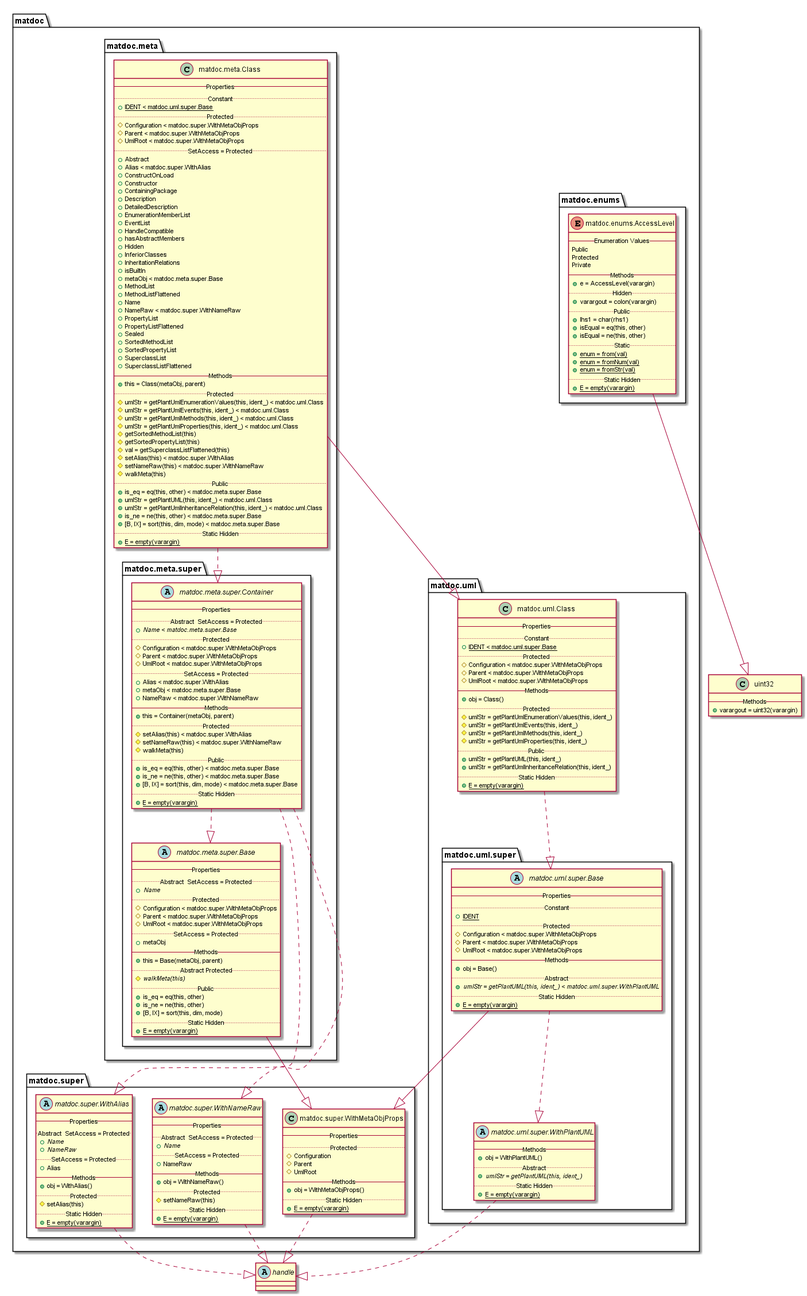
Before: doc/uml-examples/export-class-HideEvents-true.png, a diagram exported from PlantUML (flxdot/matdoc).
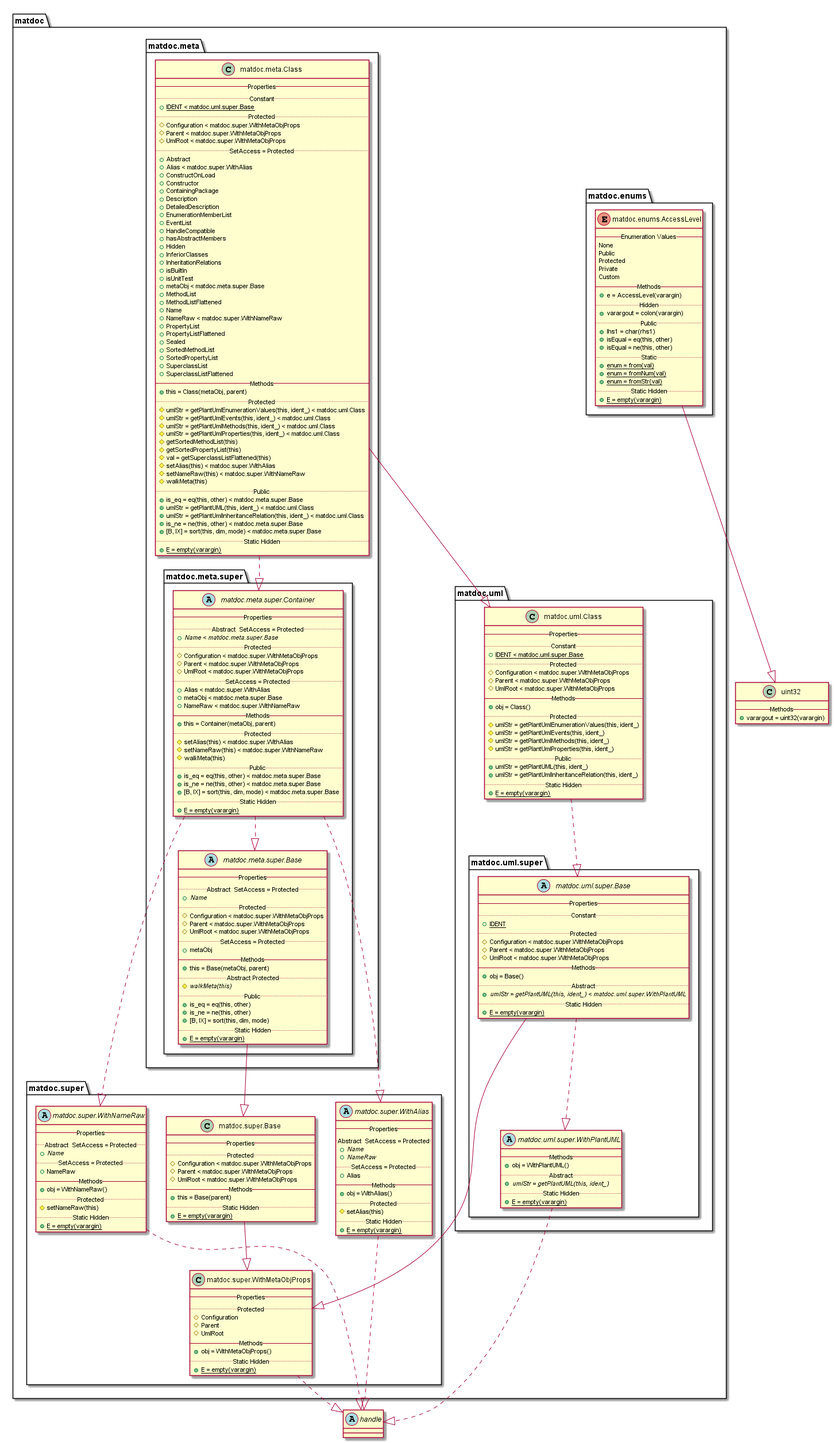
The same diagram one commit later.

What changed in the source:
```diff
@@ -16,9 +16,11 @@
 
       enum matdoc.enums.AccessLevel {
          -- Enumeration Values --
+         None
          Public
          Protected
          Private
+         Custom
          -- Methods --
          {method} + e = AccessLevel(varargin)
          .. Hidden ..
@@ -63,6 +65,7 @@
          {field} + InferiorClasses
          {field} + InheritationRelations
          {field} + isBuiltIn
+         {field} + isUnitTest
          {field} + metaObj < matdoc.meta.super.Base
          {field} + MethodList
          {field} + MethodListFlattened
@@ -153,6 +156,18 @@
    }
 
    package matdoc.super {
+
+      class matdoc.super.Base {
+         -- Properties --
+         .. Protected ..
+         {field} # Configuration < matdoc.super.WithMetaObjProps
+         {field} # Parent < matdoc.super.WithMetaObjProps
+         {field} # UmlRoot < matdoc.super.WithMetaObjProps
+         -- Methods --
+         {method} + this = Base(parent)
+         .. Static Hidden ..
+         {method} {static} + E = empty(varargin)
+      }
 
       abstract class matdoc.super.WithAlias {
          -- Properties --
@@ -258,10 +273,11 @@
 matdoc.enums.AccessLevel --|> uint32
 matdoc.meta.Class ..|> matdoc.meta.super.Container
 matdoc.meta.Class --|> matdoc.uml.Class
-matdoc.meta.super.Base --|> matdoc.super.WithMetaObjProps
+matdoc.meta.super.Base --|> matdoc.super.Base
 matdoc.meta.super.Container ..|> matdoc.meta.super.Base
 matdoc.meta.super.Container ..|> matdoc.super.WithNameRaw
 matdoc.meta.super.Container ..|> matdoc.super.WithAlias
+matdoc.super.Base --|> matdoc.super.WithMetaObjProps
 matdoc.super.WithAlias ..|> handle
 matdoc.super.WithMetaObjProps ..|> handle
 matdoc.super.WithNameRaw ..|> handle
```
